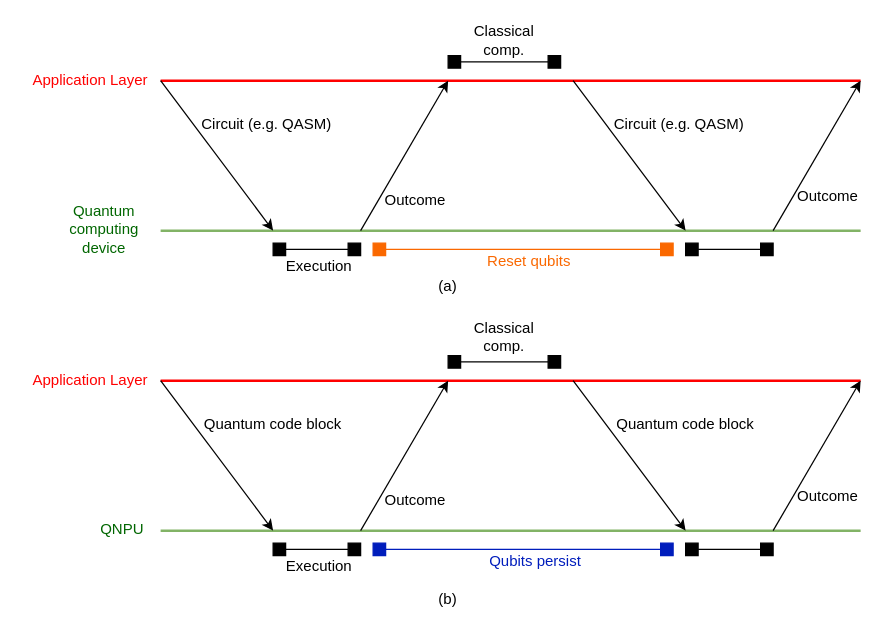
Before: figures/netqasm/classical-quantum-interaction.drawio in bvdvecht/phd-thesis, a draw.io diagram. Source tidied: cells renumbered, new cells numbered last; positions are measured from the earlier drawing's top-left corner, leaving out a move shared by most shapes. Both pictures are drawn from the tidied source at 125%, with x=0, y=0 at pixel (21, 21).
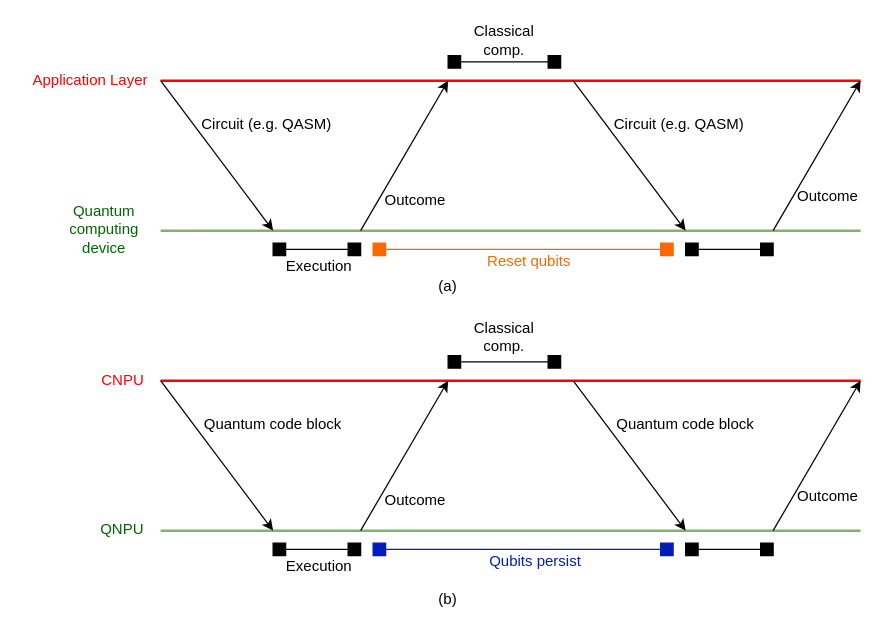
After the change.

Diff of the diagram source:
```diff
@@
-    <mxCell id="53" value="Application Layer" style="text;html=1;align=center;verticalAlign=middle;whiteSpace=wrap;rounded=0;fontColor=#FF0000;" parent="1" vertex="1">
-      <mxGeometry y="272" width="110" height="30" as="geometry" />
+    <mxCell id="53" value="CNPU" style="text;html=1;align=center;verticalAlign=middle;whiteSpace=wrap;rounded=0;fontColor=#FF0000;" parent="1" vertex="1">
+      <mxGeometry x="25.5" y="277" width="110" height="20" as="geometry" />
     </mxCell>
```
